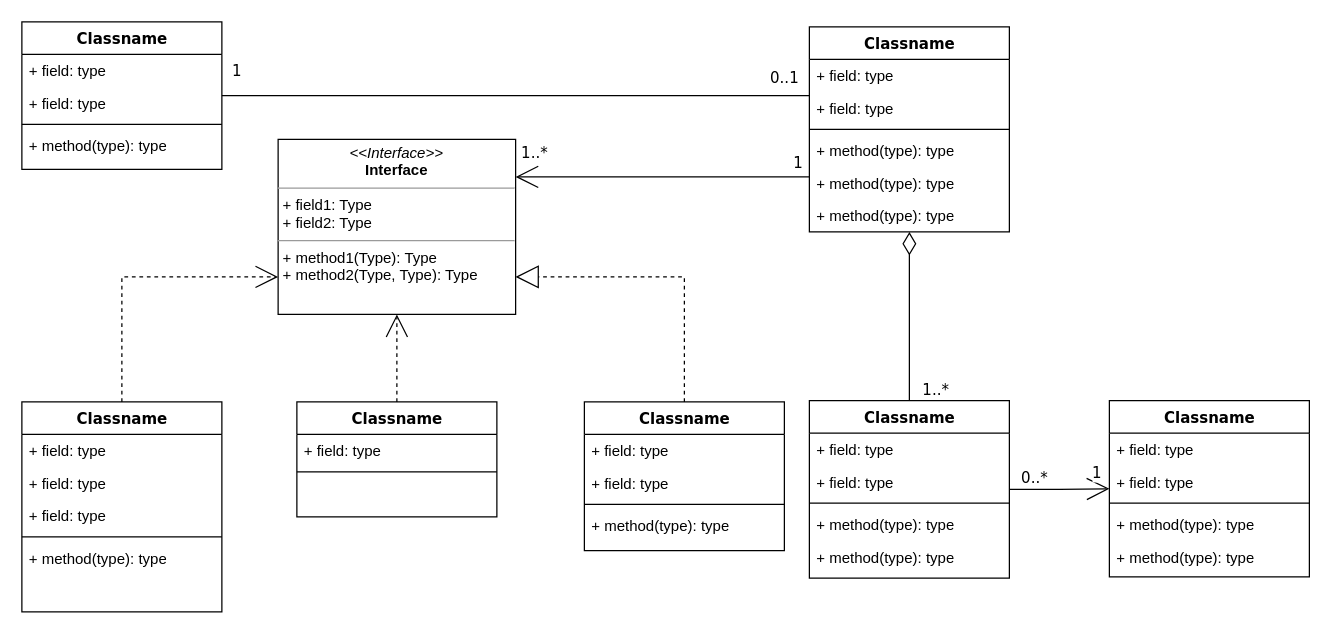
Earlier version of the draw.io diagram docs/未命名绘图.drawio (hummer123/workflow). Source tidied: cells renumbered, new cells numbered last; positions are measured from the earlier drawing's top-left corner, leaving out a move shared by most shapes. Both pictures are drawn from the tidied source at 125%, with x=0, y=0 at pixel (21, 21).
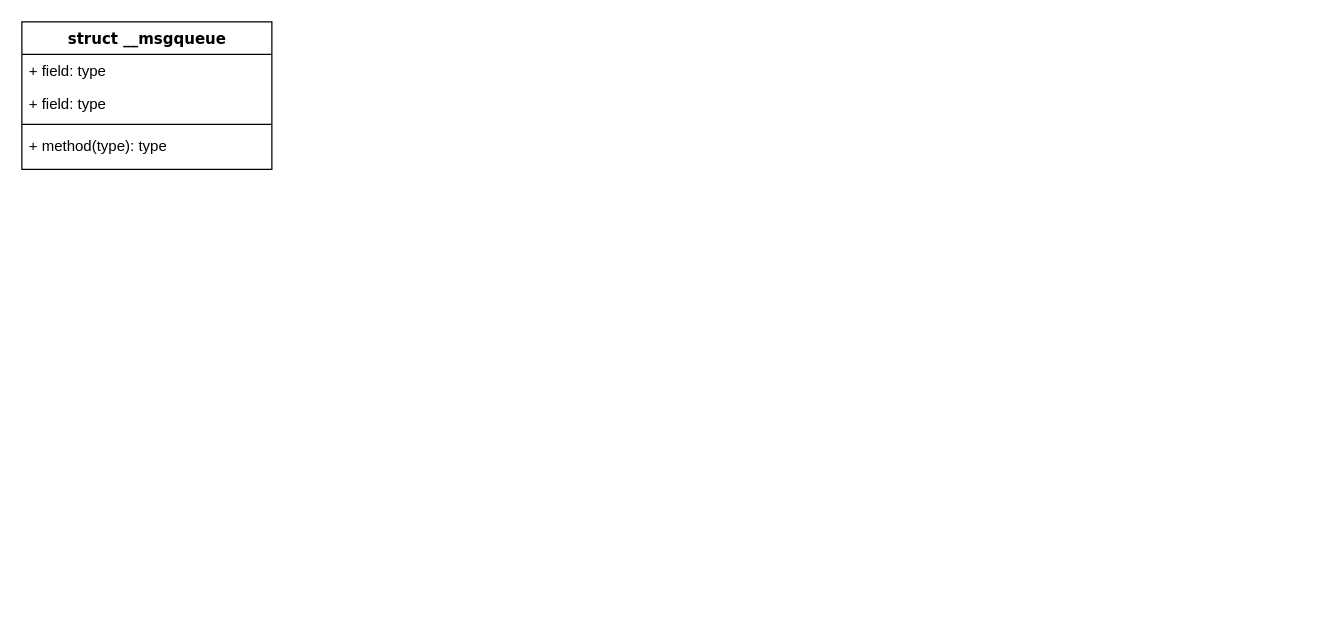
The same page after the edit.

The edit, as a diff of the source:
```diff
@@
-    <mxCell id="2" style="edgeStyle=orthogonalEdgeStyle;rounded=0;html=1;dashed=1;labelBackgroundColor=none;startArrow=none;startFill=0;startSize=8;endArrow=open;endFill=0;endSize=16;fontFamily=Verdana;fontSize=12;" parent="1" edge="1" source="3" target="54">
-      <mxGeometry relative="1" as="geometry">
-        <Array as="points">
-          <mxPoint x="80" y="204" />
-        </Array>
-      </mxGeometry>
-    </mxCell>
-    <mxCell id="3" value="Classname" style="swimlane;html=1;fontStyle=1;align=center;verticalAlign=top;horizontal=1;startSize=26;swimlaneFillColor=#ffffff;rounded=0;shadow=0;comic=0;labelBackgroundColor=none;strokeWidth=1;fillColor=none;fontFamily=Verdana;fontSize=12;" parent="1" vertex="1">
-      <mxGeometry y="304" width="160" height="168" as="geometry" />
-    </mxCell>
-    <mxCell id="4" value="+ field: type" style="text;html=1;strokeColor=none;fillColor=none;align=left;verticalAlign=top;spacingLeft=4;spacingRight=4;whiteSpace=wrap;overflow=hidden;" parent="3" vertex="1">
-      <mxGeometry y="26" width="160" height="26" as="geometry" />
-    </mxCell>
-    <mxCell id="5" value="+ field: type" style="text;html=1;strokeColor=none;fillColor=none;align=left;verticalAlign=top;spacingLeft=4;spacingRight=4;whiteSpace=wrap;overflow=hidden;" parent="3" vertex="1">
-      <mxGeometry y="52" width="160" height="26" as="geometry" />
-    </mxCell>
-    <mxCell id="6" value="+ field: type" style="text;html=1;strokeColor=none;fillColor=none;align=left;verticalAlign=top;spacingLeft=4;spacingRight=4;whiteSpace=wrap;overflow=hidden;" parent="3" vertex="1">
-      <mxGeometry y="78" width="160" height="26" as="geometry" />
-    </mxCell>
-    <mxCell id="7" style="line;html=1;strokeWidth=1;fillColor=none;align=left;verticalAlign=middle;spacingTop=-1;spacingLeft=3;spacingRight=3;labelPosition=right;" parent="3" vertex="1">
-      <mxGeometry y="104" width="160" height="8" as="geometry" />
-    </mxCell>
-    <mxCell id="8" value="+ method(type): type" style="text;html=1;strokeColor=none;fillColor=none;align=left;verticalAlign=top;spacingLeft=4;spacingRight=4;whiteSpace=wrap;overflow=hidden;" parent="3" vertex="1">
-      <mxGeometry y="112" width="160" height="26" as="geometry" />
-    </mxCell>
-    <mxCell id="9" value="Classname" style="swimlane;html=1;fontStyle=1;align=center;verticalAlign=top;horizontal=1;startSize=26;swimlaneFillColor=#ffffff;rounded=0;shadow=0;comic=0;labelBackgroundColor=none;strokeWidth=1;fillColor=none;fontFamily=Verdana;fontSize=12;" parent="1" vertex="1">
-      <mxGeometry width="160" height="118" as="geometry" />
+    <mxCell id="9" value="struct __msgqueue" style="swimlane;html=1;fontStyle=1;align=center;verticalAlign=top;horizontal=1;startSize=26;swimlaneFillColor=#ffffff;rounded=0;shadow=0;comic=0;labelBackgroundColor=none;strokeWidth=1;fillColor=none;fontFamily=Verdana;fontSize=12;" parent="1" vertex="1">
+      <mxGeometry width="200" height="118" as="geometry" />
     </mxCell>
     <mxCell id="10" value="+ field: type" style="text;html=1;strokeColor=none;fillColor=none;align=left;verticalAlign=top;spacingLeft=4;spacingRight=4;whiteSpace=wrap;overflow=hidden;" parent="9" vertex="1">
-      <mxGeometry y="26" width="160" height="26" as="geometry" />
+      <mxGeometry y="26" width="200" height="26" as="geometry" />
     </mxCell>
     <mxCell id="11" value="+ field: type" style="text;html=1;strokeColor=none;fillColor=none;align=left;verticalAlign=top;spacingLeft=4;spacingRight=4;whiteSpace=wrap;overflow=hidden;" parent="9" vertex="1">
-      <mxGeometry y="52" width="160" height="26" as="geometry" />
+      <mxGeometry y="52" width="200" height="26" as="geometry" />
     </mxCell>
     <mxCell id="12" style="line;html=1;strokeWidth=1;fillColor=none;align=left;verticalAlign=middle;spacingTop=-1;spacingLeft=3;spacingRight=3;labelPosition=right;" parent="9" vertex="1">
-      <mxGeometry y="78" width="160" height="8" as="geometry" />
+      <mxGeometry y="78" width="200" height="8" as="geometry" />
     </mxCell>
     <mxCell id="13" value="+ method(type): type" style="text;html=1;strokeColor=none;fillColor=none;align=left;verticalAlign=top;spacingLeft=4;spacingRight=4;whiteSpace=wrap;overflow=hidden;" parent="9" vertex="1">
-      <mxGeometry y="86" width="160" height="26" as="geometry" />
+      <mxGeometry y="86" width="200" height="26" as="geometry" />
     </mxCell>
-    <mxCell id="14" style="edgeStyle=orthogonalEdgeStyle;rounded=0;html=1;labelBackgroundColor=none;startArrow=none;startFill=0;startSize=8;endArrow=open;endFill=0;endSize=16;fontFamily=Verdana;fontSize=12;" parent="1" edge="1" source="20" target="54">
-      <mxGeometry relative="1" as="geometry">
-        <Array as="points">
-          <mxPoint x="470" y="124" />
-          <mxPoint x="470" y="124" />
-        </Array>
-      </mxGeometry>
-    </mxCell>
-    <mxCell id="15" value="1..*" style="text;html=1;align=center;verticalAlign=middle;labelBackgroundColor=#ffffff;fontSize=12;fontFamily=Verdana;" parent="14" vertex="1">
-      <mxGeometry x="0.86" y="2" relative="1" as="geometry">
-        <mxPoint x="-2" y="-22" as="offset" />
-      </mxGeometry>
-    </mxCell>
-    <mxCell id="16" value="1" style="text;html=1;align=center;verticalAlign=middle;labelBackgroundColor=#ffffff;fontSize=12;fontFamily=Verdana;" parent="14" vertex="1">
-      <mxGeometry x="0.36" y="152" relative="1" as="geometry">
-        <mxPoint x="150" y="-164" as="offset" />
-      </mxGeometry>
-    </mxCell>
-    <mxCell id="17" style="edgeStyle=orthogonalEdgeStyle;rounded=0;html=1;labelBackgroundColor=none;startArrow=none;startFill=0;startSize=8;endArrow=none;endFill=0;endSize=16;fontFamily=Verdana;fontSize=12;" parent="1" edge="1" source="20" target="9">
-      <mxGeometry relative="1" as="geometry">
-        <Array as="points">
-          <mxPoint x="530" y="59" />
-          <mxPoint x="530" y="59" />
-        </Array>
-      </mxGeometry>
-    </mxCell>
-    <mxCell id="18" value="0..1" style="text;html=1;align=center;verticalAlign=middle;labelBackgroundColor=#ffffff;fontSize=12;fontFamily=Verdana;" parent="17" vertex="1">
-      <mxGeometry x="-0.57" y="-86" relative="1" as="geometry">
-        <mxPoint x="80" y="71" as="offset" />
-      </mxGeometry>
-    </mxCell>
-    <mxCell id="19" value="1" style="text;html=1;align=center;verticalAlign=middle;labelBackgroundColor=#ffffff;fontSize=12;fontFamily=Verdana;" parent="17" vertex="1">
-      <mxGeometry x="0.89" y="-1" relative="1" as="geometry">
-        <mxPoint x="-15" y="-19" as="offset" />
-      </mxGeometry>
-    </mxCell>
-    <mxCell id="20" value="Classname" style="swimlane;html=1;fontStyle=1;align=center;verticalAlign=top;horizontal=1;startSize=26;swimlaneFillColor=#ffffff;rounded=0;shadow=0;comic=0;labelBackgroundColor=none;strokeWidth=1;fillColor=none;fontFamily=Verdana;fontSize=12;" parent="1" vertex="1">
-      <mxGeometry x="630" y="4" width="160" height="164" as="geometry" />
-    </mxCell>
-    <mxCell id="21" value="+ field: type" style="text;html=1;strokeColor=none;fillColor=none;align=left;verticalAlign=top;spacingLeft=4;spacingRight=4;whiteSpace=wrap;overflow=hidden;" parent="20" vertex="1">
-      <mxGeometry y="26" width="160" height="26" as="geometry" />
-    </mxCell>
-    <mxCell id="22" value="+ field: type" style="text;html=1;strokeColor=none;fillColor=none;align=left;verticalAlign=top;spacingLeft=4;spacingRight=4;whiteSpace=wrap;overflow=hidden;" parent="20" vertex="1">
-      <mxGeometry y="52" width="160" height="26" as="geometry" />
-    </mxCell>
-    <mxCell id="23" style="line;html=1;strokeWidth=1;fillColor=none;align=left;verticalAlign=middle;spacingTop=-1;spacingLeft=3;spacingRight=3;labelPosition=right;" parent="20" vertex="1">
-      <mxGeometry y="78" width="160" height="8" as="geometry" />
-    </mxCell>
-    <mxCell id="24" value="+ method(type): type" style="text;html=1;strokeColor=none;fillColor=none;align=left;verticalAlign=top;spacingLeft=4;spacingRight=4;whiteSpace=wrap;overflow=hidden;" parent="20" vertex="1">
-      <mxGeometry y="86" width="160" height="26" as="geometry" />
-    </mxCell>
-    <mxCell id="25" value="+ method(type): type" style="text;html=1;strokeColor=none;fillColor=none;align=left;verticalAlign=top;spacingLeft=4;spacingRight=4;whiteSpace=wrap;overflow=hidden;" parent="20" vertex="1">
-      <mxGeometry y="112" width="160" height="26" as="geometry" />
-    </mxCell>
-    <mxCell id="26" value="+ method(type): type" style="text;html=1;strokeColor=none;fillColor=none;align=left;verticalAlign=top;spacingLeft=4;spacingRight=4;whiteSpace=wrap;overflow=hidden;" parent="20" vertex="1">
-      <mxGeometry y="138" width="160" height="26" as="geometry" />
-    </mxCell>
-    <mxCell id="27" style="edgeStyle=orthogonalEdgeStyle;rounded=0;html=1;dashed=1;labelBackgroundColor=none;startArrow=none;startFill=0;startSize=8;endArrow=open;endFill=0;endSize=16;fontFamily=Verdana;fontSize=12;" parent="1" edge="1" source="28" target="54">
-      <mxGeometry relative="1" as="geometry" />
-    </mxCell>
-    <mxCell id="28" value="Classname" style="swimlane;html=1;fontStyle=1;align=center;verticalAlign=top;horizontal=1;startSize=26;swimlaneFillColor=#ffffff;rounded=0;shadow=0;comic=0;labelBackgroundColor=none;strokeWidth=1;fillColor=none;fontFamily=Verdana;fontSize=12;" parent="1" vertex="1">
-      <mxGeometry x="220" y="304" width="160" height="92" as="geometry" />
-    </mxCell>
-    <mxCell id="29" value="+ field: type" style="text;html=1;strokeColor=none;fillColor=none;align=left;verticalAlign=top;spacingLeft=4;spacingRight=4;whiteSpace=wrap;overflow=hidden;" parent="28" vertex="1">
-      <mxGeometry y="26" width="160" height="26" as="geometry" />
-    </mxCell>
-    <mxCell id="30" style="line;html=1;strokeWidth=1;fillColor=none;align=left;verticalAlign=middle;spacingTop=-1;spacingLeft=3;spacingRight=3;labelPosition=right;" parent="28" vertex="1">
-      <mxGeometry y="52" width="160" height="8" as="geometry" />
-    </mxCell>
-    <mxCell id="31" style="edgeStyle=orthogonalEdgeStyle;rounded=0;html=1;labelBackgroundColor=none;startArrow=none;startFill=0;startSize=8;endArrow=diamondThin;endFill=0;endSize=16;fontFamily=Verdana;fontSize=12;" parent="1" edge="1" source="36" target="20">
-      <mxGeometry relative="1" as="geometry" />
-    </mxCell>
-    <mxCell id="32" value="1..*" style="text;html=1;align=center;verticalAlign=middle;labelBackgroundColor=#ffffff;fontSize=12;fontFamily=Verdana;" parent="31" vertex="1">
-      <mxGeometry x="-0.85" y="-1" relative="1" as="geometry">
-        <mxPoint x="19" y="1" as="offset" />
-      </mxGeometry>
-    </mxCell>
-    <mxCell id="33" style="edgeStyle=orthogonalEdgeStyle;rounded=0;html=1;labelBackgroundColor=none;startArrow=none;startFill=0;startSize=8;endArrow=open;endFill=0;endSize=16;fontFamily=Verdana;fontSize=12;" parent="1" edge="1" source="36" target="42">
-      <mxGeometry relative="1" as="geometry" />
-    </mxCell>
-    <mxCell id="34" value="0..*" style="text;html=1;align=center;verticalAlign=middle;labelBackgroundColor=#ffffff;fontSize=12;fontFamily=Verdana;" parent="33" vertex="1">
-      <mxGeometry x="-0.79" relative="1" as="geometry">
-        <mxPoint x="11" y="-10" as="offset" />
-      </mxGeometry>
-    </mxCell>
-    <mxCell id="35" value="1" style="text;html=1;align=center;verticalAlign=middle;labelBackgroundColor=#ffffff;fontSize=12;fontFamily=Verdana;" parent="33" vertex="1">
-      <mxGeometry x="0.7" y="1" relative="1" as="geometry">
-        <mxPoint x="2" y="-12" as="offset" />
-      </mxGeometry>
-    </mxCell>
-    <mxCell id="36" value="Classname" style="swimlane;html=1;fontStyle=1;align=center;verticalAlign=top;horizontal=1;startSize=26;swimlaneFillColor=#ffffff;rounded=0;shadow=0;comic=0;labelBackgroundColor=none;strokeWidth=1;fillColor=none;fontFamily=Verdana;fontSize=12;" parent="1" vertex="1">
-      <mxGeometry x="630" y="303" width="160" height="142" as="geometry" />
-    </mxCell>
-    <mxCell id="37" value="+ field: type" style="text;html=1;strokeColor=none;fillColor=none;align=left;verticalAlign=top;spacingLeft=4;spacingRight=4;whiteSpace=wrap;overflow=hidden;" parent="36" vertex="1">
-      <mxGeometry y="26" width="160" height="26" as="geometry" />
-    </mxCell>
-    <mxCell id="38" value="+ field: type" style="text;html=1;strokeColor=none;fillColor=none;align=left;verticalAlign=top;spacingLeft=4;spacingRight=4;whiteSpace=wrap;overflow=hidden;" parent="36" vertex="1">
-      <mxGeometry y="52" width="160" height="26" as="geometry" />
-    </mxCell>
-    <mxCell id="39" style="line;html=1;strokeWidth=1;fillColor=none;align=left;verticalAlign=middle;spacingTop=-1;spacingLeft=3;spacingRight=3;labelPosition=right;" parent="36" vertex="1">
-      <mxGeometry y="78" width="160" height="8" as="geometry" />
-    </mxCell>
-    <mxCell id="40" value="+ method(type): type" style="text;html=1;strokeColor=none;fillColor=none;align=left;verticalAlign=top;spacingLeft=4;spacingRight=4;whiteSpace=wrap;overflow=hidden;" parent="36" vertex="1">
-      <mxGeometry y="86" width="160" height="26" as="geometry" />
-    </mxCell>
-    <mxCell id="41" value="+ method(type): type" style="text;html=1;strokeColor=none;fillColor=none;align=left;verticalAlign=top;spacingLeft=4;spacingRight=4;whiteSpace=wrap;overflow=hidden;" parent="36" vertex="1">
-      <mxGeometry y="112" width="160" height="26" as="geometry" />
-    </mxCell>
-    <mxCell id="42" value="Classname" style="swimlane;html=1;fontStyle=1;align=center;verticalAlign=top;horizontal=1;startSize=26;swimlaneFillColor=#ffffff;rounded=0;shadow=0;comic=0;labelBackgroundColor=none;strokeWidth=1;fillColor=none;fontFamily=Verdana;fontSize=12;" parent="1" vertex="1">
-      <mxGeometry x="870" y="303" width="160" height="141" as="geometry" />
-    </mxCell>
-    <mxCell id="43" value="+ field: type" style="text;html=1;strokeColor=none;fillColor=none;align=left;verticalAlign=top;spacingLeft=4;spacingRight=4;whiteSpace=wrap;overflow=hidden;" parent="42" vertex="1">
-      <mxGeometry y="26" width="160" height="26" as="geometry" />
-    </mxCell>
-    <mxCell id="44" value="+ field: type" style="text;html=1;strokeColor=none;fillColor=none;align=left;verticalAlign=top;spacingLeft=4;spacingRight=4;whiteSpace=wrap;overflow=hidden;" parent="42" vertex="1">
-      <mxGeometry y="52" width="160" height="26" as="geometry" />
-    </mxCell>
-    <mxCell id="45" style="line;html=1;strokeWidth=1;fillColor=none;align=left;verticalAlign=middle;spacingTop=-1;spacingLeft=3;spacingRight=3;labelPosition=right;" parent="42" vertex="1">
-      <mxGeometry y="78" width="160" height="8" as="geometry" />
-    </mxCell>
-    <mxCell id="46" value="+ method(type): type" style="text;html=1;strokeColor=none;fillColor=none;align=left;verticalAlign=top;spacingLeft=4;spacingRight=4;whiteSpace=wrap;overflow=hidden;" parent="42" vertex="1">
-      <mxGeometry y="86" width="160" height="26" as="geometry" />
-    </mxCell>
-    <mxCell id="47" value="+ method(type): type" style="text;html=1;strokeColor=none;fillColor=none;align=left;verticalAlign=top;spacingLeft=4;spacingRight=4;whiteSpace=wrap;overflow=hidden;" parent="42" vertex="1">
-      <mxGeometry y="112" width="160" height="26" as="geometry" />
-    </mxCell>
-    <mxCell id="48" style="edgeStyle=orthogonalEdgeStyle;rounded=0;html=1;dashed=1;labelBackgroundColor=none;startArrow=none;startFill=0;startSize=8;endArrow=block;endFill=0;endSize=16;fontFamily=Verdana;fontSize=12;" parent="1" edge="1" source="49" target="54">
-      <mxGeometry relative="1" as="geometry">
-        <Array as="points">
-          <mxPoint x="530" y="204" />
-        </Array>
-      </mxGeometry>
-    </mxCell>
-    <mxCell id="49" value="Classname" style="swimlane;html=1;fontStyle=1;align=center;verticalAlign=top;horizontal=1;startSize=26;swimlaneFillColor=#ffffff;rounded=0;shadow=0;comic=0;labelBackgroundColor=none;strokeWidth=1;fillColor=none;fontFamily=Verdana;fontSize=12;" parent="1" vertex="1">
-      <mxGeometry x="450" y="304" width="160" height="119" as="geometry" />
-    </mxCell>
-    <mxCell id="50" value="+ field: type" style="text;html=1;strokeColor=none;fillColor=none;align=left;verticalAlign=top;spacingLeft=4;spacingRight=4;whiteSpace=wrap;overflow=hidden;" parent="49" vertex="1">
-      <mxGeometry y="26" width="160" height="26" as="geometry" />
-    </mxCell>
-    <mxCell id="51" value="+ field: type" style="text;html=1;strokeColor=none;fillColor=none;align=left;verticalAlign=top;spacingLeft=4;spacingRight=4;whiteSpace=wrap;overflow=hidden;" parent="49" vertex="1">
-      <mxGeometry y="52" width="160" height="26" as="geometry" />
-    </mxCell>
-    <mxCell id="52" style="line;html=1;strokeWidth=1;fillColor=none;align=left;verticalAlign=middle;spacingTop=-1;spacingLeft=3;spacingRight=3;labelPosition=right;" parent="49" vertex="1">
-      <mxGeometry y="78" width="160" height="8" as="geometry" />
-    </mxCell>
-    <mxCell id="53" value="+ method(type): type" style="text;html=1;strokeColor=none;fillColor=none;align=left;verticalAlign=top;spacingLeft=4;spacingRight=4;whiteSpace=wrap;overflow=hidden;" parent="49" vertex="1">
-      <mxGeometry y="86" width="160" height="26" as="geometry" />
-    </mxCell>
-    <mxCell id="54" value="&lt;p style=&quot;margin:0px;margin-top:4px;text-align:center;&quot;&gt;&lt;i&gt;&amp;lt;&amp;lt;Interface&amp;gt;&amp;gt;&lt;/i&gt;&lt;br/&gt;&lt;b&gt;Interface&lt;/b&gt;&lt;/p&gt;&lt;hr size=&quot;1&quot;/&gt;&lt;p style=&quot;margin:0px;margin-left:4px;&quot;&gt;+ field1: Type&lt;br/&gt;+ field2: Type&lt;/p&gt;&lt;hr size=&quot;1&quot;/&gt;&lt;p style=&quot;margin:0px;margin-left:4px;&quot;&gt;+ method1(Type): Type&lt;br/&gt;+ method2(Type, Type): Type&lt;/p&gt;" style="verticalAlign=top;align=left;overflow=fill;fontSize=12;fontFamily=Helvetica;html=1;rounded=0;shadow=0;comic=0;labelBackgroundColor=none;strokeWidth=1;" parent="1" vertex="1">
-      <mxGeometry x="205" y="94" width="190" height="140" as="geometry" />
-    </mxCell>
```
